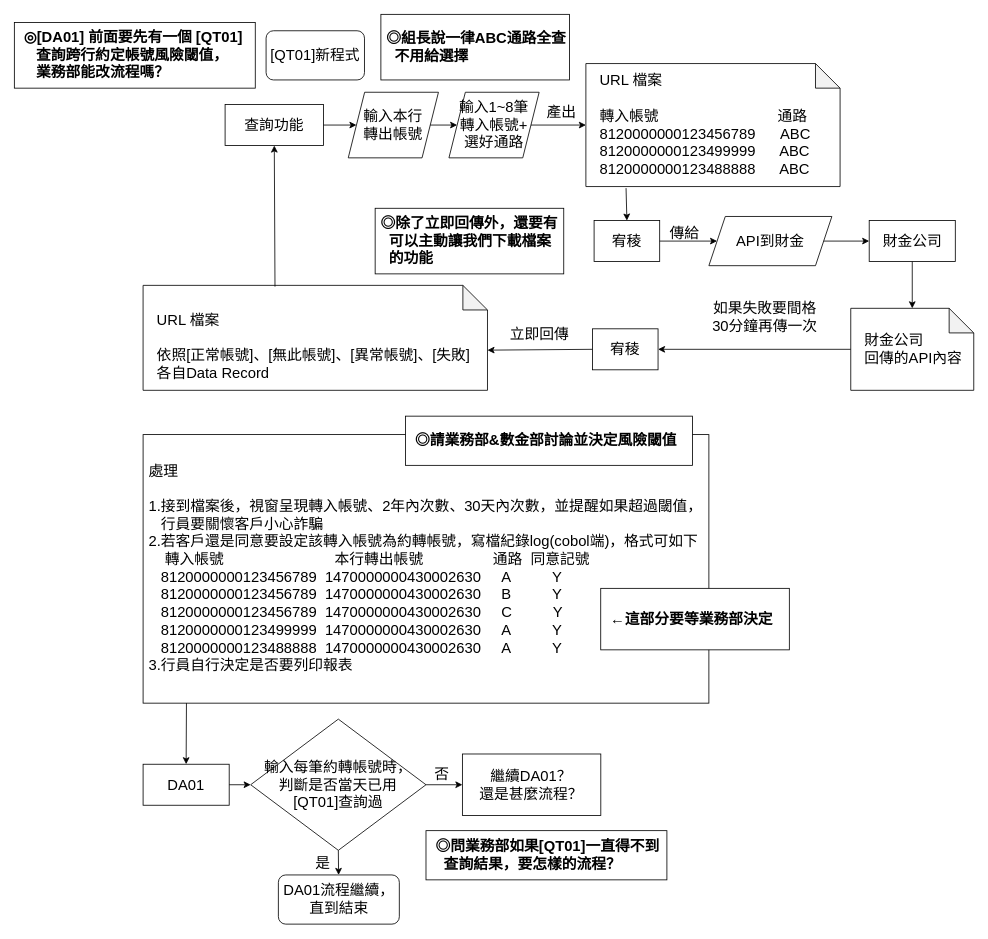
This is page "查詢(新版)" (3 of 10) of 約轉灰名單架構.drawio from yeahyeah0606/yeahyeah0606.github.io, a draw.io file, before an edit. Source tidied: cells renumbered, new cells numbered last; positions are measured from the earlier drawing's top-left corner, leaving out a move shared by most shapes. Both pictures are drawn from the tidied source at 82%, with x=0, y=0 at pixel (14, 14).
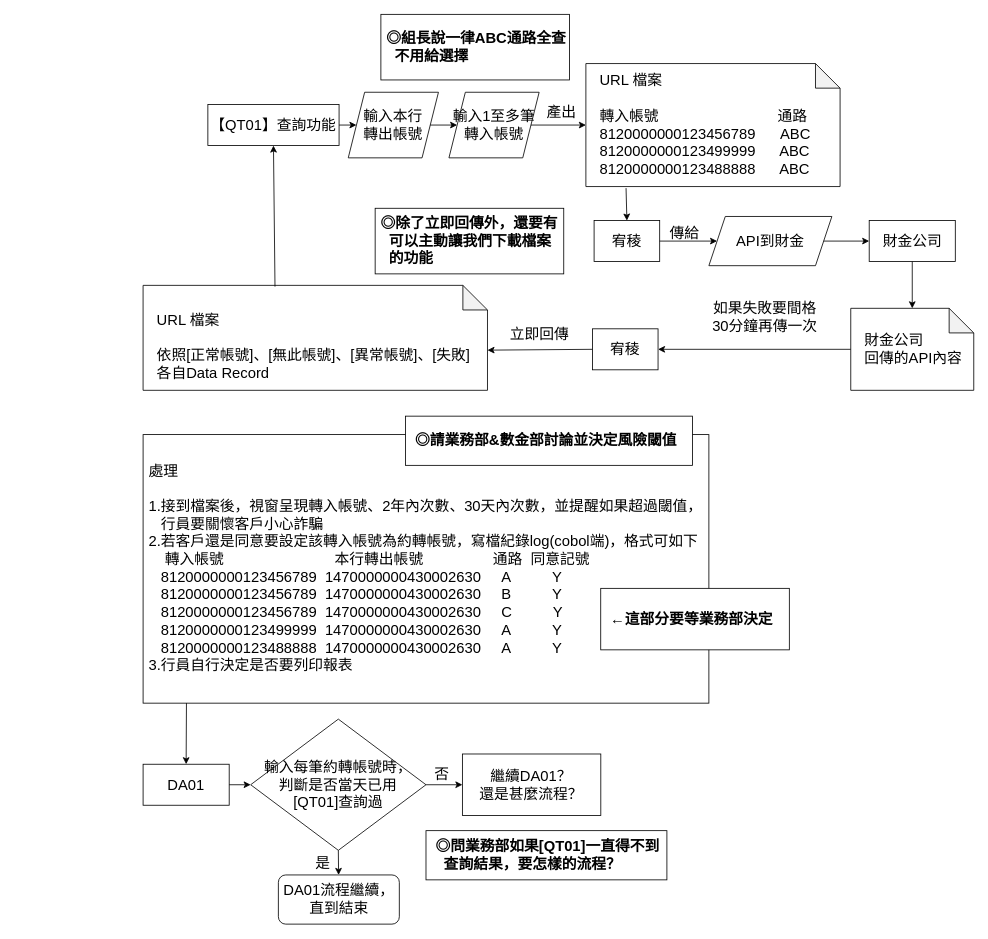
Above is the later version.

Unchanged cells that the change refers to:
```xml
<mxCell id="14" value="&lt;font style=&quot;font-size: 18px;&quot;&gt;&amp;nbsp; &amp;nbsp;&lt;br&gt;&amp;nbsp; &amp;nbsp;URL 檔案&lt;br&gt;&lt;br&gt;&amp;nbsp; &amp;nbsp;依照[正常帳號]、[無此帳號]、[異常帳號]、[失敗]&lt;br&gt;&amp;nbsp; &amp;nbsp;各自Data Record&lt;br&gt;&lt;/font&gt;" style="shape=note;whiteSpace=wrap;html=1;backgroundOutline=1;darkOpacity=0.05;align=left;" parent="1" vertex="1">
  <mxGeometry x="157" y="330.5" width="420" height="128" as="geometry" />
</mxCell>
<mxCell id="42" value="&lt;font style=&quot;font-size: 18px;&quot;&gt;輸入本行&lt;br&gt;轉出帳號&lt;/font&gt;" style="shape=parallelogram;perimeter=parallelogramPerimeter;whiteSpace=wrap;html=1;fixedSize=1;" parent="1" vertex="1">
  <mxGeometry x="407.2" y="95" width="110" height="80" as="geometry" />
</mxCell>
```

Diff of the diagram source:
```diff
@@
-    <mxCell id="2" value="&lt;font style=&quot;font-size: 18px;&quot;&gt;[QT01]新程式&lt;/font&gt;" style="rounded=1;whiteSpace=wrap;html=1;" parent="1" vertex="1">
-      <mxGeometry x="307" y="20" width="120" height="60" as="geometry" />
-    </mxCell>
-    <mxCell id="3" value="&lt;font style=&quot;font-size: 18px;&quot;&gt;查詢功能&lt;/font&gt;" style="rounded=0;whiteSpace=wrap;html=1;" parent="1" vertex="1">
-      <mxGeometry x="257" y="110" width="120" height="50" as="geometry" />
-    </mxCell>
-    <mxCell id="4" value="&lt;font style=&quot;font-size: 18px;&quot;&gt;輸入1~8筆&lt;br&gt;轉入帳號+&lt;br&gt;選好通路&lt;/font&gt;" style="shape=parallelogram;perimeter=parallelogramPerimeter;whiteSpace=wrap;html=1;fixedSize=1;" parent="1" vertex="1">
+    <mxCell id="4" value="&lt;font style=&quot;font-size: 18px;&quot;&gt;輸入1至多筆&lt;br&gt;轉入帳號&lt;br&gt;&lt;/font&gt;" style="shape=parallelogram;perimeter=parallelogramPerimeter;whiteSpace=wrap;html=1;fixedSize=1;" parent="1" vertex="1">
       <mxGeometry x="530" y="95" width="110" height="80" as="geometry" />
     </mxCell>
-    <mxCell id="5" style="endArrow=classic;html=1;rounded=0;exitX=1;exitY=0.5;exitDx=0;exitDy=0;" parent="1" edge="1" source="3" target="42">
+    <mxCell id="5" style="endArrow=classic;html=1;rounded=0;exitX=1;exitY=0.5;exitDx=0;exitDy=0;" parent="1" edge="1" source="44" target="42">
       <mxGeometry relative="1" as="geometry" />
     </mxCell>
@@
-    <mxCell id="15" style="endArrow=classic;html=1;rounded=0;entryX=0.5;entryY=1;entryDx=0;entryDy=0;exitX=0.383;exitY=0.012;exitDx=0;exitDy=0;exitPerimeter=0;" parent="1" edge="1" source="14" target="3">
+    <mxCell id="15" style="endArrow=classic;html=1;rounded=0;entryX=0.5;entryY=1;entryDx=0;entryDy=0;exitX=0.383;exitY=0.012;exitDx=0;exitDy=0;exitPerimeter=0;" parent="1" edge="1" source="14" target="44">
       <mxGeometry relative="1" as="geometry" />
     </mxCell>
@@
-    <mxCell id="38" value="&lt;font style=&quot;&quot;&gt;&lt;b style=&quot;font-size: 18px;&quot;&gt;&amp;nbsp; &lt;/b&gt;&lt;font style=&quot;font-size: 18px;&quot;&gt;&lt;b style=&quot;&quot;&gt;◎[&lt;/b&gt;&lt;b&gt;DA01] 前面要先有一個 [QT01]&amp;nbsp; &amp;nbsp; &amp;nbsp; &amp;nbsp; &amp;nbsp;查詢跨行約定帳號風險閾值，&lt;br&gt;&amp;nbsp; &amp;nbsp; &amp;nbsp;業務部能改流程嗎？&lt;/b&gt;&lt;/font&gt;&lt;br&gt;&lt;/font&gt;" style="rounded=0;whiteSpace=wrap;html=1;align=left;" parent="1" vertex="1">
-      <mxGeometry y="10" width="293.8" height="80" as="geometry" />
-    </mxCell>
@@
+    <mxCell id="44" value="&lt;font style=&quot;font-size: 18px;&quot;&gt;【QT01】查詢功能&lt;/font&gt;" style="rounded=0;whiteSpace=wrap;html=1;" parent="1" vertex="1">
+      <mxGeometry x="236" y="110" width="160" height="50" as="geometry" />
+    </mxCell>
```
